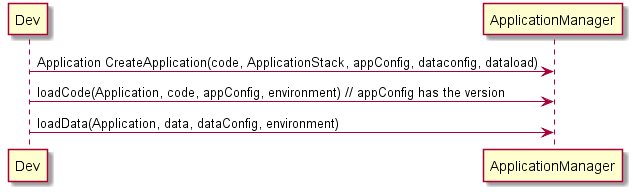
CAADE/C3 keeps this PlantUML diagram as design/Actors/ApplicationDeveloper/DeveloperActivity.png. Above is the earlier version.
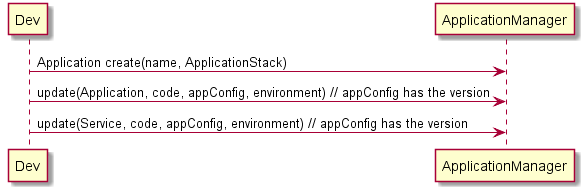
After the commit.

Commit message:
Add Details for Stack Developer and generate UML diagrams

Diff of the diagram source:
```diff
@@ -1,5 +1,5 @@
 @startuml
-Dev -> ApplicationManager: Application CreateApplication(code, ApplicationStack, appConfig, dataconfig, dataload)
-Dev -> ApplicationManager: loadCode(Application, code, appConfig, environment) // appConfig has the version
-Dev -> ApplicationManager: loadData(Application, data, dataConfig, environment)
+Dev -> ApplicationManager: Application create(name, ApplicationStack)
+Dev -> ApplicationManager: update(Application, code, appConfig, environment) // appConfig has the version
+Dev -> ApplicationManager: update(Service, code, appConfig, environment) // appConfig has the version
 @enduml
```
